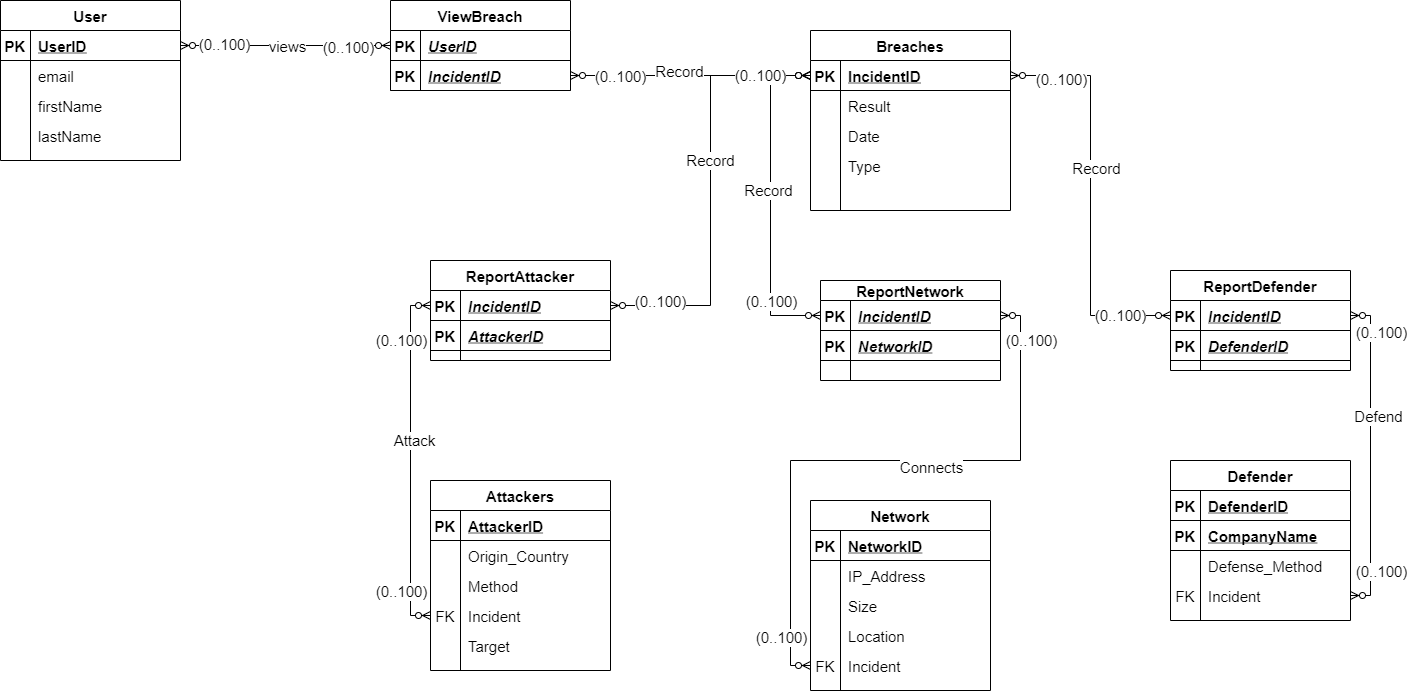
natenyahoo/IST210Stuff keeps this draw.io diagram as IST 210 - GA 2-2.png. Above is the earlier version. Source tidied: cells renumbered, new cells last; positions are measured from the earlier drawing's top-left corner, leaving out a move shared by most shapes.
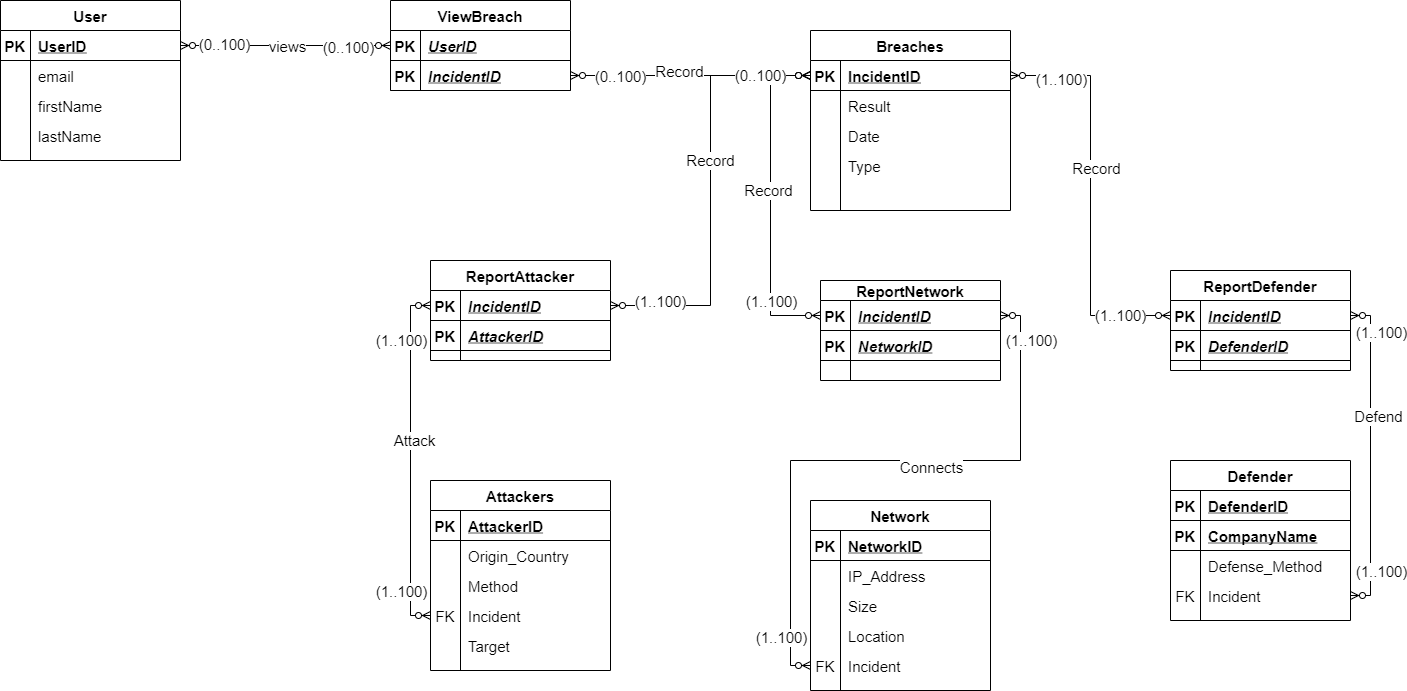
The same diagram one commit later.

Change to the diagram source:
```diff
@@ -39,7 +39,7 @@
     <mxCell id="10" value="&lt;font style=&quot;font-size: 15px&quot;&gt;Record&lt;/font&gt;" style="edgeLabel;html=1;align=center;verticalAlign=middle;fontSize=15;" parent="9" vertex="1">
       <mxGeometry x="0.14" y="1" relative="1" as="geometry" />
     </mxCell>
-    <mxCell id="11" value="(0..100)" style="edgeLabel;html=1;align=center;verticalAlign=middle;fontSize=15;" parent="9" vertex="1">
+    <mxCell id="11" value="(1..100)" style="edgeLabel;html=1;align=center;verticalAlign=middle;fontSize=15;" parent="9" vertex="1">
       <mxGeometry x="-0.85" y="1" relative="1" as="geometry">
         <mxPoint x="16.7" y="-4" as="offset" />
       </mxGeometry>
@@ -158,12 +158,12 @@
     <mxCell id="49" value="&lt;font style=&quot;font-size: 15px&quot;&gt;Attack&lt;/font&gt;" style="edgeLabel;html=1;align=center;verticalAlign=middle;fontSize=15;" parent="48" vertex="1">
       <mxGeometry x="0.12" y="-3" relative="1" as="geometry" />
     </mxCell>
-    <mxCell id="50" value="(0..100)" style="edgeLabel;html=1;align=center;verticalAlign=middle;fontSize=15;" parent="48" vertex="1">
+    <mxCell id="50" value="(1..100)" style="edgeLabel;html=1;align=center;verticalAlign=middle;fontSize=15;" parent="48" vertex="1">
       <mxGeometry x="0.69" y="3" relative="1" as="geometry">
         <mxPoint x="-7" as="offset" />
       </mxGeometry>
     </mxCell>
-    <mxCell id="51" value="(0..100)" style="edgeLabel;html=1;align=center;verticalAlign=middle;fontSize=15;" parent="48" vertex="1">
+    <mxCell id="51" value="(1..100)" style="edgeLabel;html=1;align=center;verticalAlign=middle;fontSize=15;" parent="48" vertex="1">
       <mxGeometry x="-0.75" y="-2" relative="1" as="geometry">
         <mxPoint x="-12" as="offset" />
       </mxGeometry>
@@ -204,12 +204,12 @@
         <mxPoint x="-22.1" as="offset" />
       </mxGeometry>
     </mxCell>
-    <mxCell id="61" value="(0..100)" style="edgeLabel;html=1;align=center;verticalAlign=middle;fontSize=15;" parent="59" vertex="1">
+    <mxCell id="61" value="(1..100)" style="edgeLabel;html=1;align=center;verticalAlign=middle;fontSize=15;" parent="59" vertex="1">
       <mxGeometry x="0.81" y="-1" relative="1" as="geometry">
         <mxPoint x="9" y="-14.2" as="offset" />
       </mxGeometry>
     </mxCell>
-    <mxCell id="62" value="(0..100)" style="edgeLabel;html=1;align=center;verticalAlign=middle;fontSize=15;" parent="59" vertex="1">
+    <mxCell id="62" value="(1..100)" style="edgeLabel;html=1;align=center;verticalAlign=middle;fontSize=15;" parent="59" vertex="1">
       <mxGeometry x="-0.85" y="3" relative="1" as="geometry">
         <mxPoint x="-7" as="offset" />
       </mxGeometry>
@@ -280,7 +280,7 @@
         <mxPoint x="-19.2" as="offset" />
       </mxGeometry>
     </mxCell>
-    <mxCell id="82" value="(0..100)" style="edgeLabel;html=1;align=center;verticalAlign=middle;fontSize=15;" parent="79" vertex="1">
+    <mxCell id="82" value="(1..100)" style="edgeLabel;html=1;align=center;verticalAlign=middle;fontSize=15;" parent="79" vertex="1">
       <mxGeometry x="-0.78" y="-2" relative="1" as="geometry">
         <mxPoint x="-14.2" y="-13" as="offset" />
       </mxGeometry>
@@ -351,12 +351,12 @@
     <mxCell id="104" value="&lt;font style=&quot;font-size: 15px&quot;&gt;Defend&lt;/font&gt;" style="edgeLabel;html=1;align=center;verticalAlign=middle;fontSize=15;" parent="103" vertex="1">
       <mxGeometry x="0.25" y="-7" relative="1" as="geometry" />
     </mxCell>
-    <mxCell id="105" value="(0..100)" style="edgeLabel;html=1;align=center;verticalAlign=middle;fontSize=15;" parent="103" vertex="1">
+    <mxCell id="105" value="(1..100)" style="edgeLabel;html=1;align=center;verticalAlign=middle;fontSize=15;" parent="103" vertex="1">
       <mxGeometry x="0.68" y="-3" relative="1" as="geometry">
         <mxPoint x="7" y="-15" as="offset" />
       </mxGeometry>
     </mxCell>
-    <mxCell id="106" value="(0..100)" style="edgeLabel;html=1;align=center;verticalAlign=middle;fontSize=15;" parent="103" vertex="1">
+    <mxCell id="106" value="(1..100)" style="edgeLabel;html=1;align=center;verticalAlign=middle;fontSize=15;" parent="103" vertex="1">
       <mxGeometry x="-0.79" y="1" relative="1" as="geometry">
         <mxPoint x="11" y="-10.7" as="offset" />
       </mxGeometry>
@@ -369,12 +369,12 @@
         <mxPoint y="1" as="offset" />
       </mxGeometry>
     </mxCell>
-    <mxCell id="109" value="(0..100)" style="edgeLabel;html=1;align=center;verticalAlign=middle;fontSize=15;" parent="107" vertex="1">
+    <mxCell id="109" value="(1..100)" style="edgeLabel;html=1;align=center;verticalAlign=middle;fontSize=15;" parent="107" vertex="1">
       <mxGeometry x="0.81" y="3" relative="1" as="geometry">
         <mxPoint x="13.3" as="offset" />
       </mxGeometry>
     </mxCell>
-    <mxCell id="110" value="(0..100)" style="edgeLabel;html=1;align=center;verticalAlign=middle;fontSize=15;" parent="107" vertex="1">
+    <mxCell id="110" value="(1..100)" style="edgeLabel;html=1;align=center;verticalAlign=middle;fontSize=15;" parent="107" vertex="1">
       <mxGeometry x="-0.72" y="-1" relative="1" as="geometry">
         <mxPoint x="5" as="offset" />
       </mxGeometry>
```
